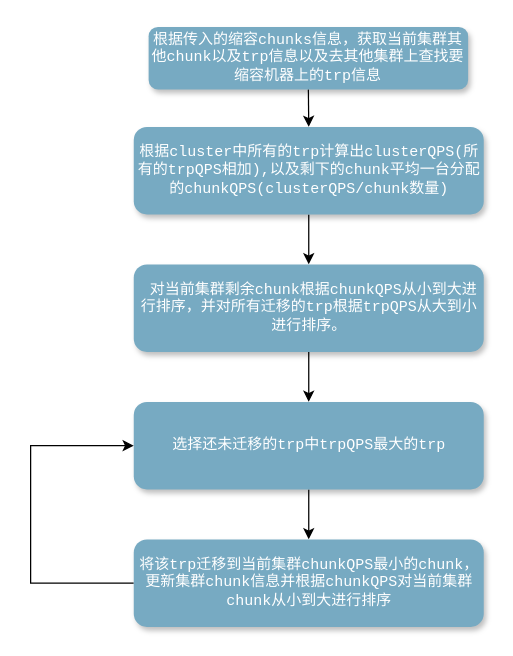
Before: page "缩容" (6 of 15) of Untitled Diagram.drawio in SoraNimi/lbs-master, a draw.io diagram. Source tidied: cells renumbered, new cells numbered last; positions are measured from the earlier drawing's top-left corner, leaving out a move shared by most shapes. Both pictures are drawn from the tidied source at 125%, with x=0, y=0 at pixel (30, 26).
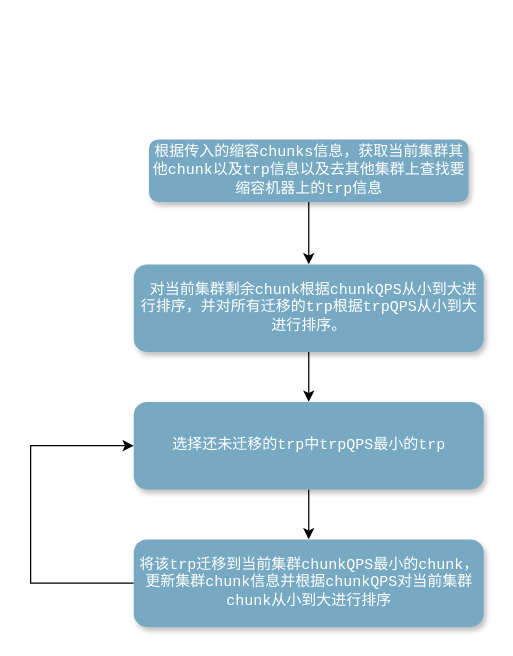
The same diagram, later.

The edit, as a diff of the source:
```diff
@@
 <mxGraphModel>
   <root>
     <mxCell id="0" />
     <mxCell id="1" parent="0" />
-    <mxCell id="2" style="edgeStyle=orthogonalEdgeStyle;rounded=0;jettySize=auto;html=1;exitX=0.5;exitY=1;exitDx=0;exitDy=0;entryX=0.5;entryY=0;entryDx=0;entryDy=0;" parent="1" edge="1" source="3" target="9">
-      <mxGeometry relative="1" as="geometry" />
-    </mxCell>
+    <mxCell id="12" style="edgeStyle=orthogonalEdgeStyle;rounded=0;jettySize=auto;html=1;exitX=0.5;exitY=1;exitDx=0;exitDy=0;entryX=0.5;entryY=0;entryDx=0;entryDy=0;" parent="1" edge="1" source="3" target="5">
+      <mxGeometry relative="1" as="geometry" />
+    </mxCell>
     <mxCell id="3" value="根据传入的缩容chunks信息，获取当前集群其他chunk以及trp信息以及去其他集群上查找要缩容机器上的trp信息" style="rounded=1;whiteSpace=wrap;html=1;fillColor=#77aac2;strokeColor=none;shadow=1;glass=0;comic=0;gradientColor=none;fontFamily=Courier New;fontColor=#FFFFFF;" parent="1" vertex="1">
-      <mxGeometry x="94.4" width="255.6" height="50" as="geometry" />
+      <mxGeometry x="94.7" y="90" width="255.6" height="50" as="geometry" />
     </mxCell>
     <mxCell id="4" style="edgeStyle=orthogonalEdgeStyle;rounded=0;jettySize=auto;html=1;exitX=0.5;exitY=1;exitDx=0;exitDy=0;entryX=0.5;entryY=0;entryDx=0;entryDy=0;" parent="1" edge="1" source="5" target="7">
       <mxGeometry relative="1" as="geometry" />
     </mxCell>
-    <mxCell id="5" value="&amp;nbsp;对当前集群剩余chunk根据chunkQPS从小到大进行排序，并对所有迁移的trp根据trpQPS从大到小进行排序。" style="rounded=1;whiteSpace=wrap;html=1;fillColor=#77aac2;strokeColor=none;shadow=1;glass=0;comic=0;gradientColor=none;fontFamily=Courier New;fontColor=#FFFFFF;" parent="1" vertex="1">
+    <mxCell id="5" value="&amp;nbsp;对当前集群剩余chunk根据chunkQPS从小到大进行排序，并对所有迁移的trp根据trpQPS从小到大进行排序。" style="rounded=1;whiteSpace=wrap;html=1;fillColor=#77aac2;strokeColor=none;shadow=1;glass=0;comic=0;gradientColor=none;fontFamily=Courier New;fontColor=#FFFFFF;" parent="1" vertex="1">
       <mxGeometry x="82.5" y="190" width="280" height="70" as="geometry" />
     </mxCell>
     <mxCell id="6" style="edgeStyle=orthogonalEdgeStyle;rounded=0;jettySize=auto;html=1;fontSize=14;" parent="1" edge="1" source="7" target="11">
       <mxGeometry relative="1" as="geometry" />
     </mxCell>
-    <mxCell id="7" value="选择还未迁移的trp中trpQPS最大的trp" style="rounded=1;whiteSpace=wrap;html=1;fillColor=#77aac2;strokeColor=none;shadow=1;glass=0;comic=0;gradientColor=none;fontFamily=Courier New;fontColor=#FFFFFF;" parent="1" vertex="1">
+    <mxCell id="7" value="选择还未迁移的trp中trpQPS最小的trp" style="rounded=1;whiteSpace=wrap;html=1;fillColor=#77aac2;strokeColor=none;shadow=1;glass=0;comic=0;gradientColor=none;fontFamily=Courier New;fontColor=#FFFFFF;" parent="1" vertex="1">
       <mxGeometry x="82.5" y="300" width="280" height="70" as="geometry" />
     </mxCell>
-    <mxCell id="8" style="edgeStyle=orthogonalEdgeStyle;rounded=0;jettySize=auto;html=1;exitX=0.5;exitY=1;exitDx=0;exitDy=0;entryX=0.5;entryY=0;entryDx=0;entryDy=0;" parent="1" edge="1" source="9" target="5">
-      <mxGeometry relative="1" as="geometry" />
-    </mxCell>
-    <mxCell id="9" value="根据cluster中所有的trp计算出clusterQPS(所有的trpQPS相加),以及剩下的chunk平均一台分配的chunkQPS(clusterQPS/chunk数量)" style="rounded=1;whiteSpace=wrap;html=1;fillColor=#77aac2;strokeColor=none;shadow=1;glass=0;comic=0;gradientColor=none;fontFamily=Courier New;fontColor=#FFFFFF;" parent="1" vertex="1">
-      <mxGeometry x="82.5" y="80" width="280" height="70" as="geometry" />
-    </mxCell>
     <mxCell id="10" style="edgeStyle=orthogonalEdgeStyle;rounded=0;jettySize=auto;html=1;exitX=0;exitY=0.5;exitDx=0;exitDy=0;entryX=0;entryY=0.5;entryDx=0;entryDy=0;fontSize=14;" parent="1" edge="1" source="11" target="7">
       <mxGeometry relative="1" as="geometry">
         <Array as="points">
           <mxPoint y="445" />
           <mxPoint y="335" />
         </Array>
       </mxGeometry>
     </mxCell>
     <mxCell id="11" value="将该trp迁移到当前集群chunkQPS最小的chunk，更新集群chunk信息并根据chunkQPS对当前集群chunk从小到大进行排序" style="rounded=1;whiteSpace=wrap;html=1;fillColor=#77aac2;strokeColor=none;shadow=1;glass=0;comic=0;gradientColor=none;fontFamily=Courier New;fontColor=#FFFFFF;" parent="1" vertex="1">
       <mxGeometry x="82.5" y="410" width="280" height="70" as="geometry" />
     </mxCell>
   </root>
 </mxGraphModel>
```
